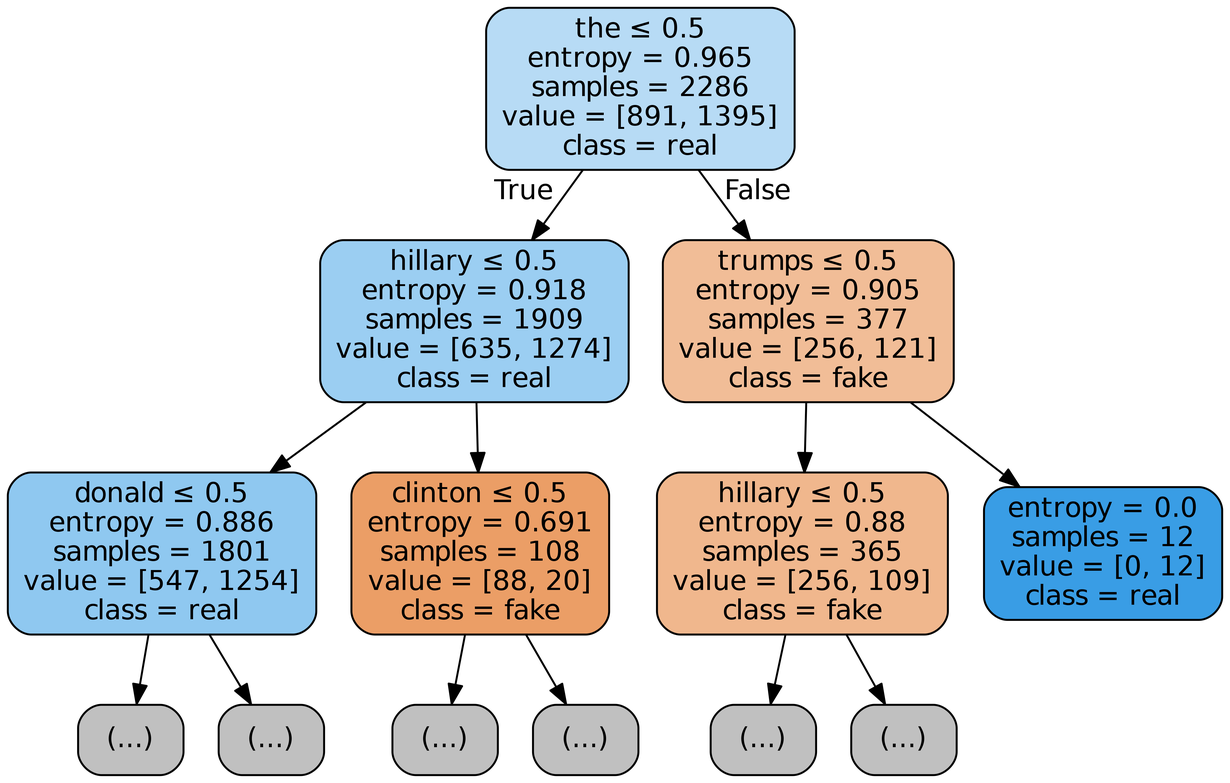
labib-c/Intro-to-Machine-Learning keeps this Graphviz diagram as decision-tree/dtree.png. Above is the earlier version. Its source is kept beside it as decision-tree/dtree.dot.
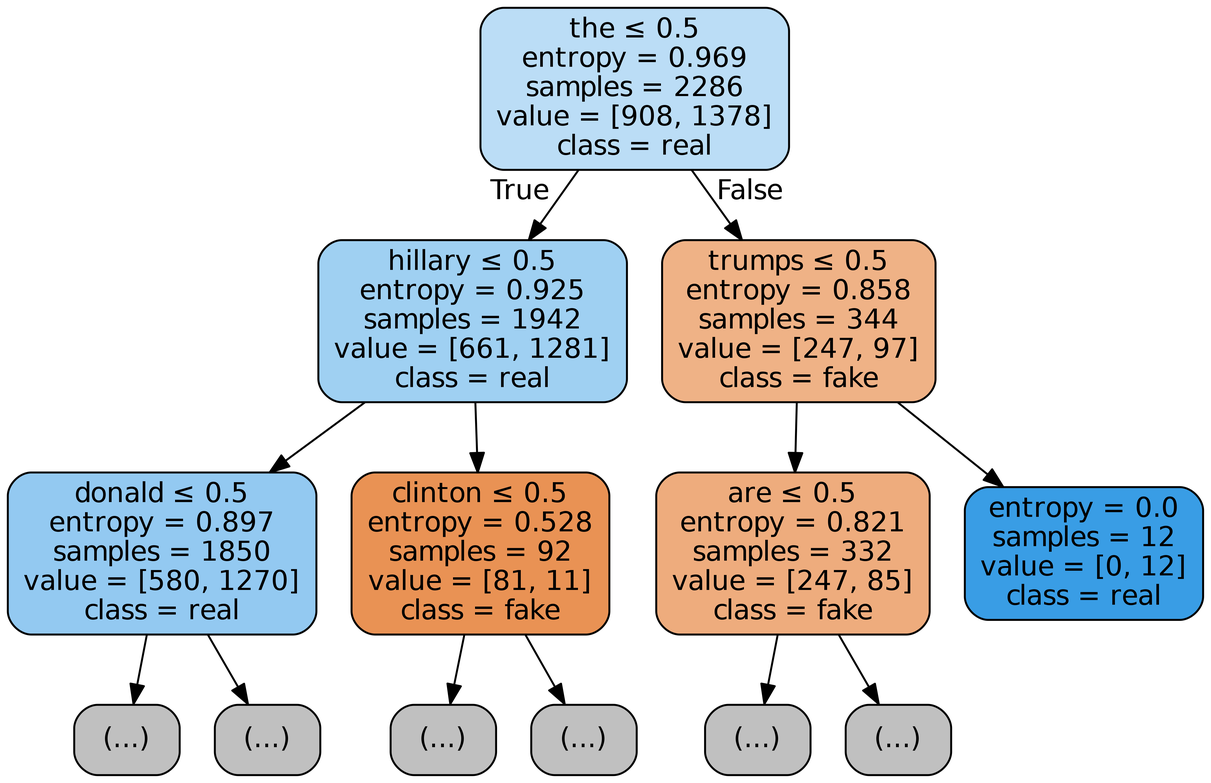
The same file after the commit.

Diff of the diagram source:
```diff
@@ -1,29 +1,29 @@
 digraph Tree {
 node [shape=box, style="filled, rounded", color="black", fontname=helvetica] ;
 edge [fontname=helvetica] ;
-0 [label=<the &le; 0.5<br/>entropy = 0.965<br/>samples = 2286<br/>value = [891, 1395]<br/>class = real>, fillcolor="#399de55c"] ;
-1 [label=<hillary &le; 0.5<br/>entropy = 0.918<br/>samples = 1909<br/>value = [635, 1274]<br/>class = real>, fillcolor="#399de580"] ;
+0 [label=<the &le; 0.5<br/>entropy = 0.969<br/>samples = 2286<br/>value = [908, 1378]<br/>class = real>, fillcolor="#399de557"] ;
+1 [label=<hillary &le; 0.5<br/>entropy = 0.925<br/>samples = 1942<br/>value = [661, 1281]<br/>class = real>, fillcolor="#399de57b"] ;
 0 -> 1 [labeldistance=2.5, labelangle=45, headlabel="True"] ;
-2 [label=<donald &le; 0.5<br/>entropy = 0.886<br/>samples = 1801<br/>value = [547, 1254]<br/>class = real>, fillcolor="#399de590"] ;
+2 [label=<donald &le; 0.5<br/>entropy = 0.897<br/>samples = 1850<br/>value = [580, 1270]<br/>class = real>, fillcolor="#399de58b"] ;
 1 -> 2 ;
 3 [label="(...)", fillcolor="#C0C0C0"] ;
 2 -> 3 ;
-456 [label="(...)", fillcolor="#C0C0C0"] ;
-2 -> 456 ;
-599 [label=<clinton &le; 0.5<br/>entropy = 0.691<br/>samples = 108<br/>value = [88, 20]<br/>class = fake>, fillcolor="#e58139c5"] ;
-1 -> 599 ;
-600 [label="(...)", fillcolor="#C0C0C0"] ;
-599 -> 600 ;
-603 [label="(...)", fillcolor="#C0C0C0"] ;
-599 -> 603 ;
-632 [label=<trumps &le; 0.5<br/>entropy = 0.905<br/>samples = 377<br/>value = [256, 121]<br/>class = fake>, fillcolor="#e5813986"] ;
-0 -> 632 [labeldistance=2.5, labelangle=-45, headlabel="False"] ;
-633 [label=<hillary &le; 0.5<br/>entropy = 0.88<br/>samples = 365<br/>value = [256, 109]<br/>class = fake>, fillcolor="#e5813992"] ;
-632 -> 633 ;
-634 [label="(...)", fillcolor="#C0C0C0"] ;
-633 -> 634 ;
-807 [label="(...)", fillcolor="#C0C0C0"] ;
-633 -> 807 ;
-808 [label=<entropy = 0.0<br/>samples = 12<br/>value = [0, 12]<br/>class = real>, fillcolor="#399de5ff"] ;
-632 -> 808 ;
+470 [label="(...)", fillcolor="#C0C0C0"] ;
+2 -> 470 ;
+639 [label=<clinton &le; 0.5<br/>entropy = 0.528<br/>samples = 92<br/>value = [81, 11]<br/>class = fake>, fillcolor="#e58139dc"] ;
+1 -> 639 ;
+640 [label="(...)", fillcolor="#C0C0C0"] ;
+639 -> 640 ;
+641 [label="(...)", fillcolor="#C0C0C0"] ;
+639 -> 641 ;
+664 [label=<trumps &le; 0.5<br/>entropy = 0.858<br/>samples = 344<br/>value = [247, 97]<br/>class = fake>, fillcolor="#e581399b"] ;
+0 -> 664 [labeldistance=2.5, labelangle=-45, headlabel="False"] ;
+665 [label=<are &le; 0.5<br/>entropy = 0.821<br/>samples = 332<br/>value = [247, 85]<br/>class = fake>, fillcolor="#e58139a7"] ;
+664 -> 665 ;
+666 [label="(...)", fillcolor="#C0C0C0"] ;
+665 -> 666 ;
+801 [label="(...)", fillcolor="#C0C0C0"] ;
+665 -> 801 ;
+802 [label=<entropy = 0.0<br/>samples = 12<br/>value = [0, 12]<br/>class = real>, fillcolor="#399de5ff"] ;
+664 -> 802 ;
 }
```
